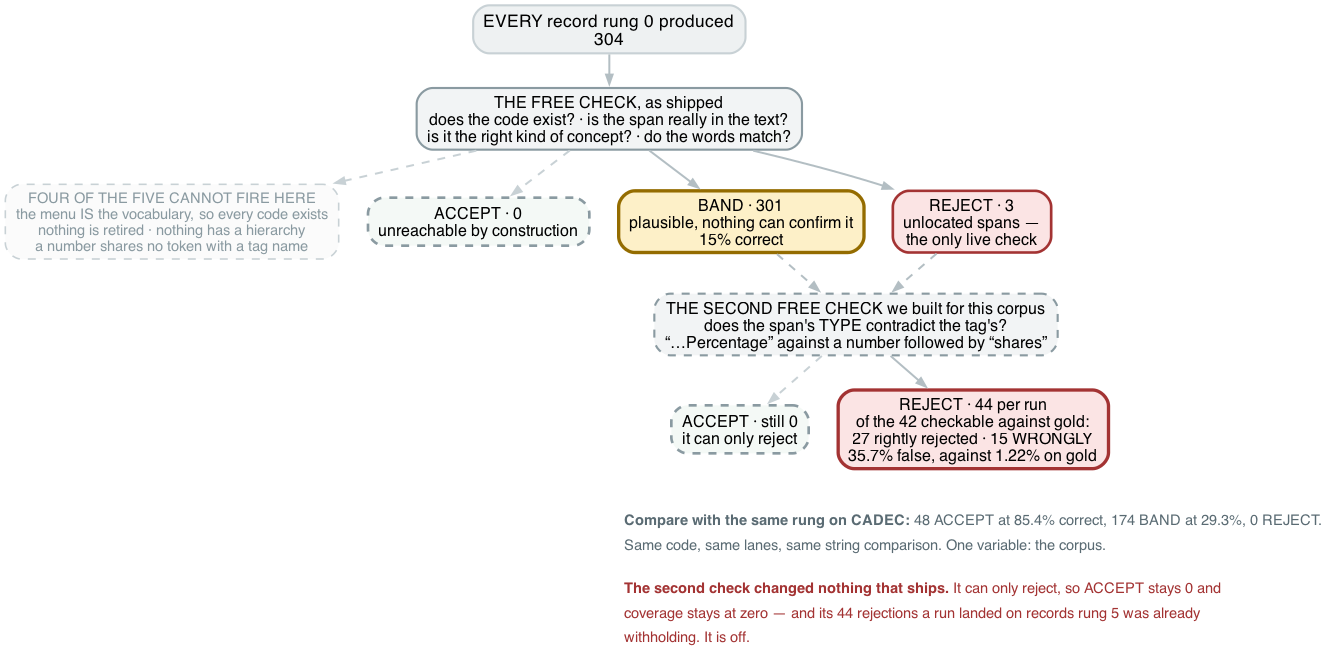
Before: docs/figures/fig15-rung1-finer.png, a diagram exported from Graphviz (wbagais/reliability-ladder). Its source is kept beside it as docs/figures/fig15-rung1-finer.dot.
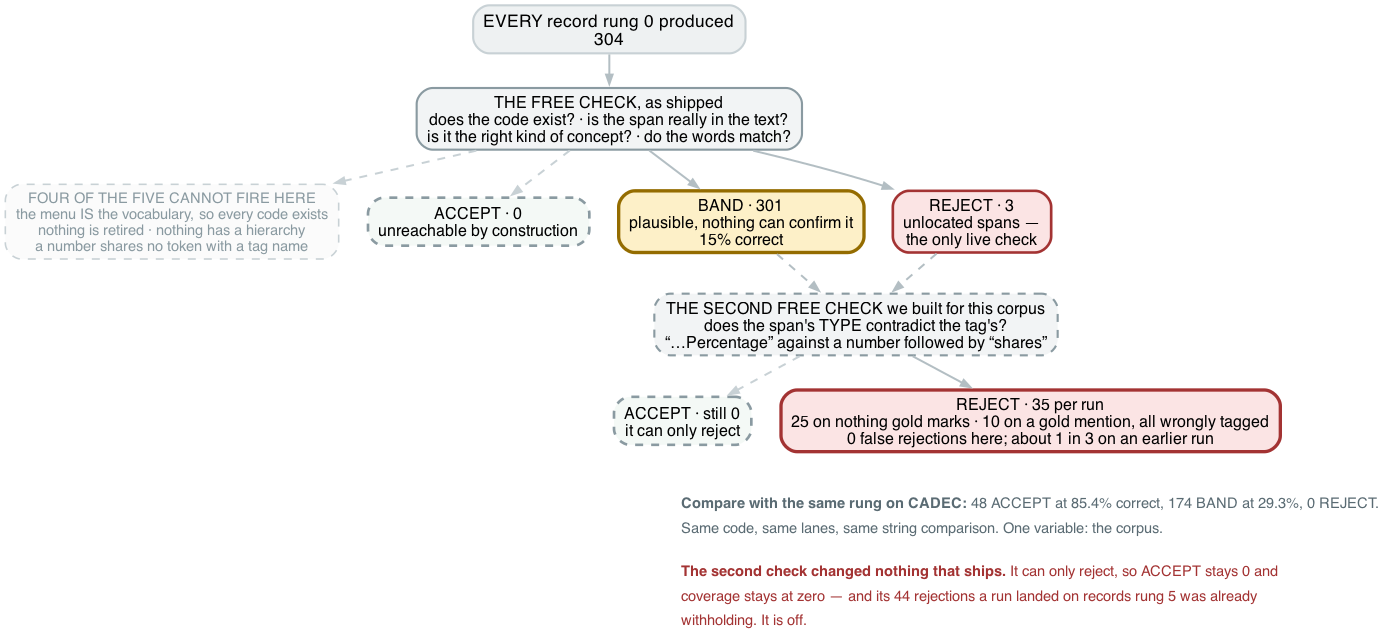
After the change.

The edit, as a diff of the source:
```diff
@@ -20,7 +20,7 @@
        fillcolor="#f2f4f5" color="#8a9aa1" penwidth=1.6 style="filled,rounded,dashed"];
   acc2[label="ACCEPT · still 0\nit can only reject" fillcolor="#f4f9f6" color="#8a9aa1"
        style="filled,rounded,dashed" penwidth=2];
-  rej2[label="REJECT · 44 per run\nof the 42 checkable against gold:\n27 rightly rejected · 15 WRONGLY\n35.7% false, against 1.22% on gold"
+  rej2[label="REJECT · 35 per run\n25 on nothing gold marks · 10 on a gold mention, all wrongly tagged\n0 false rejections here; about 1 in 3 on an earlier run"
        fillcolor="#fbe4e4" color="#a33333" penwidth=2.5];
 
   in -> chk; chk -> vac [style=dashed color="#c8d1d5"];
```
